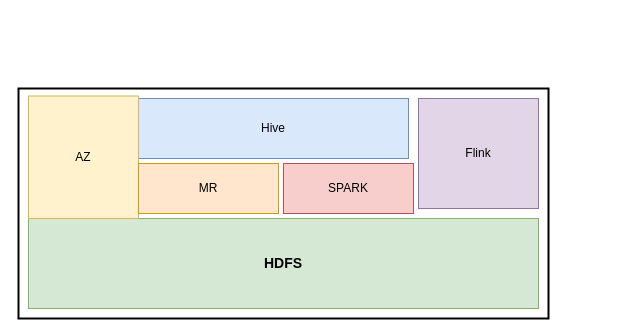
Earlier version of the draw.io diagram YD.drawio (starzy1990/diagrams). Source tidied: cells renumbered, new cells numbered last; positions are measured from the earlier drawing's top-left corner, leaving out a move shared by most shapes. Both pictures are drawn from the tidied source at 100%, with x=0, y=0 at pixel (18, 88).
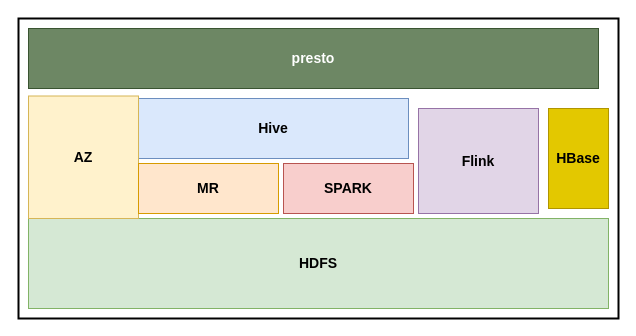
After the change.

What changed in the source:
```diff
@@
 <mxGraphModel>
   <root>
     <mxCell id="0" />
     <mxCell id="1" parent="0" />
-    <mxCell id="2" style="rounded=0;whiteSpace=wrap;html=1;strokeWidth=2;" parent="1" vertex="1">
-      <mxGeometry width="530" height="230" as="geometry" />
+    <mxCell id="2" style="rounded=0;whiteSpace=wrap;html=1;strokeWidth=2;fontStyle=1;fontSize=14;" parent="1" vertex="1">
+      <mxGeometry y="-70" width="600" height="300" as="geometry" />
     </mxCell>
     <mxCell id="3" value="HDFS" style="rounded=0;whiteSpace=wrap;html=1;fillColor=#d5e8d4;strokeColor=#82b366;fontStyle=1;fontSize=14;" parent="1" vertex="1">
-      <mxGeometry x="10" y="130" width="510" height="90" as="geometry" />
+      <mxGeometry x="10" y="130" width="580" height="90" as="geometry" />
     </mxCell>
-    <mxCell id="4" value="Hive" style="rounded=0;whiteSpace=wrap;html=1;fillColor=#dae8fc;strokeColor=#6c8ebf;" parent="1" vertex="1">
+    <mxCell id="4" value="Hive" style="rounded=0;whiteSpace=wrap;html=1;fillColor=#dae8fc;strokeColor=#6c8ebf;fontStyle=1;fontSize=14;" parent="1" vertex="1">
       <mxGeometry x="120" y="10" width="270" height="60" as="geometry" />
     </mxCell>
-    <mxCell id="5" value="AZ" style="rounded=0;whiteSpace=wrap;html=1;fillColor=#fff2cc;strokeColor=#d6b656;" parent="1" vertex="1">
+    <mxCell id="5" value="AZ" style="rounded=0;whiteSpace=wrap;html=1;fillColor=#fff2cc;strokeColor=#d6b656;fontStyle=1;fontSize=14;" parent="1" vertex="1">
       <mxGeometry x="10" y="7.5" width="110" height="122.5" as="geometry" />
     </mxCell>
-    <mxCell id="6" value="MR" style="rounded=0;whiteSpace=wrap;html=1;fillColor=#ffe6cc;strokeColor=#d79b00;" parent="1" vertex="1">
+    <mxCell id="6" value="MR" style="rounded=0;whiteSpace=wrap;html=1;fillColor=#ffe6cc;strokeColor=#d79b00;fontStyle=1;fontSize=14;" parent="1" vertex="1">
       <mxGeometry x="120" y="75" width="140" height="50" as="geometry" />
     </mxCell>
-    <mxCell id="7" value="SPARK" style="rounded=0;whiteSpace=wrap;html=1;fillColor=#f8cecc;strokeColor=#b85450;" parent="1" vertex="1">
+    <mxCell id="7" value="SPARK" style="rounded=0;whiteSpace=wrap;html=1;fillColor=#f8cecc;strokeColor=#b85450;fontStyle=1;fontSize=14;" parent="1" vertex="1">
       <mxGeometry x="265" y="75" width="130" height="50" as="geometry" />
     </mxCell>
-    <mxCell id="8" value="Flink" style="rounded=0;whiteSpace=wrap;html=1;fillColor=#e1d5e7;strokeColor=#9673a6;" parent="1" vertex="1">
-      <mxGeometry x="400" y="10" width="120" height="110" as="geometry" />
+    <mxCell id="8" value="Flink" style="rounded=0;whiteSpace=wrap;html=1;fillColor=#e1d5e7;strokeColor=#9673a6;fontStyle=1;fontSize=14;" parent="1" vertex="1">
+      <mxGeometry x="400" y="20" width="120" height="105" as="geometry" />
     </mxCell>
+    <mxCell id="9" value="presto" style="rounded=0;whiteSpace=wrap;html=1;fillColor=#6d8764;fontColor=#ffffff;strokeColor=#3A5431;fontStyle=1;fontSize=14;" parent="1" vertex="1">
+      <mxGeometry x="10" y="-60" width="570" height="60" as="geometry" />
+    </mxCell>
+    <mxCell id="10" value="HBase" style="rounded=0;whiteSpace=wrap;html=1;fillColor=#e3c800;fontColor=#000000;strokeColor=#B09500;fontStyle=1;fontSize=14;" parent="1" vertex="1">
+      <mxGeometry x="530" y="20" width="60" height="100" as="geometry" />
+    </mxCell>
   </root>
 </mxGraphModel>
```
